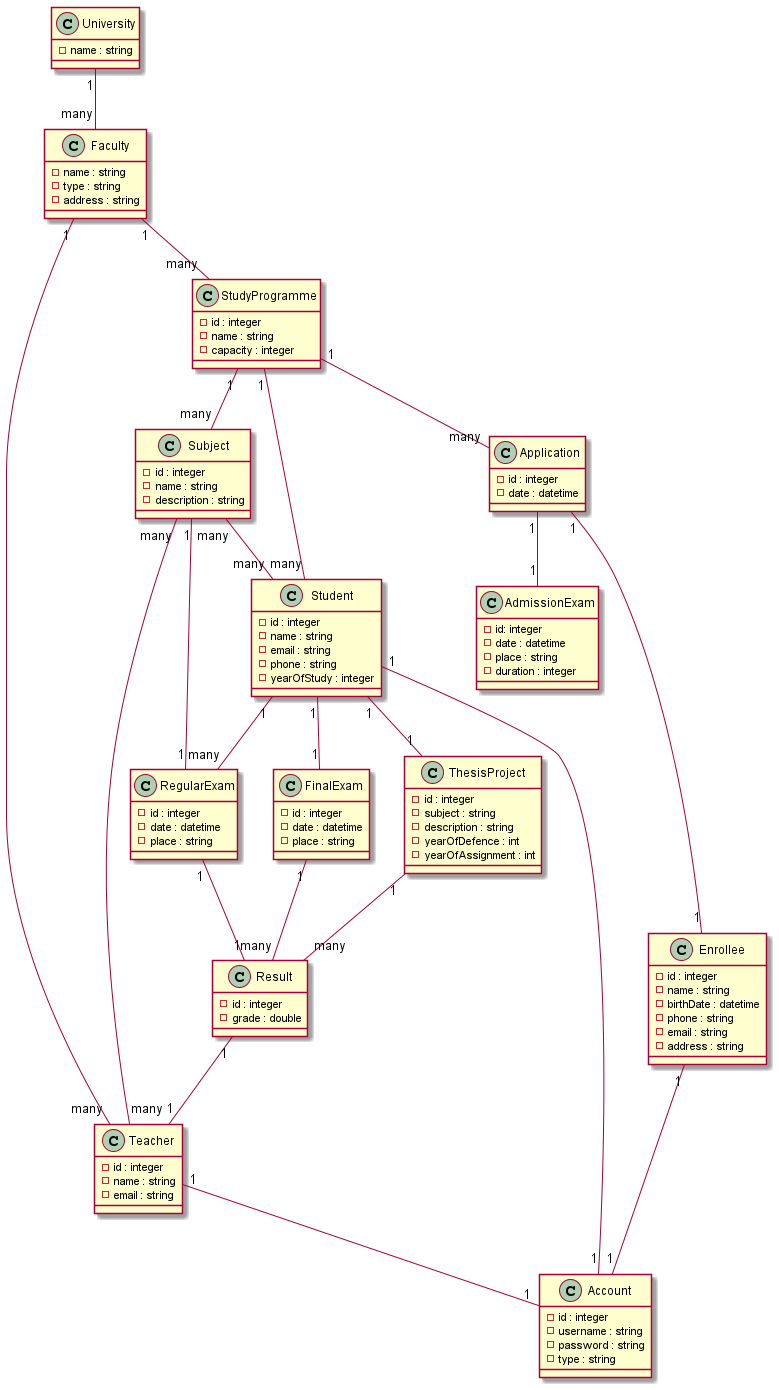
Before: out/classDiagram/classDiagram.png, a diagram exported from PlantUML (915-Muscalagiu-AncaIoana/NSWI041).
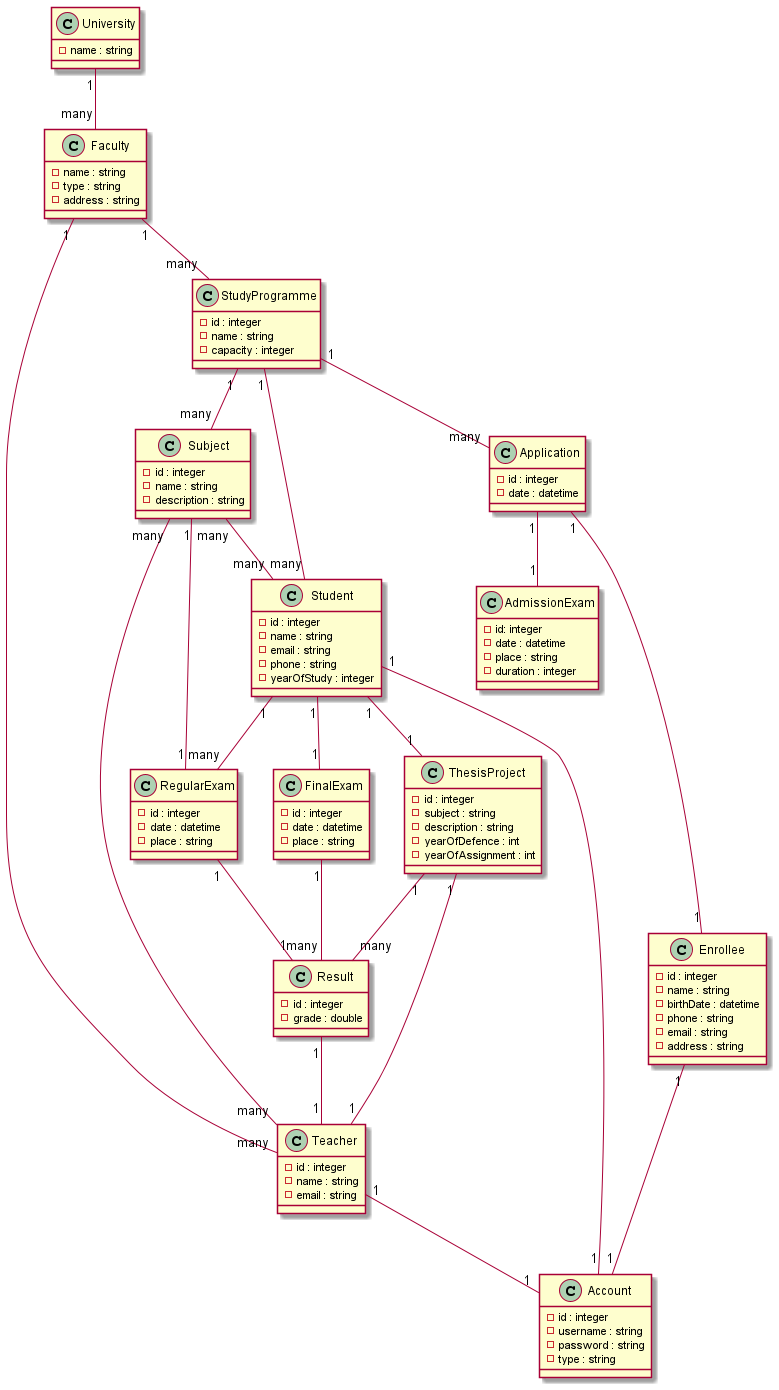
The same file after the commit.

Change to the diagram source:
```diff
@@ -113,6 +113,7 @@
 FinalExam "1" -- "many" Result
 ThesisProject "1" -- "many" Result
 Result "1" -- "1" Teacher
+ThesisProject "1" -- "1" Teacher
 Application "1" -- "1" Enrollee
 Application "1" -- "1" AdmissionExam
 Student "1" -- "1" Account
```
